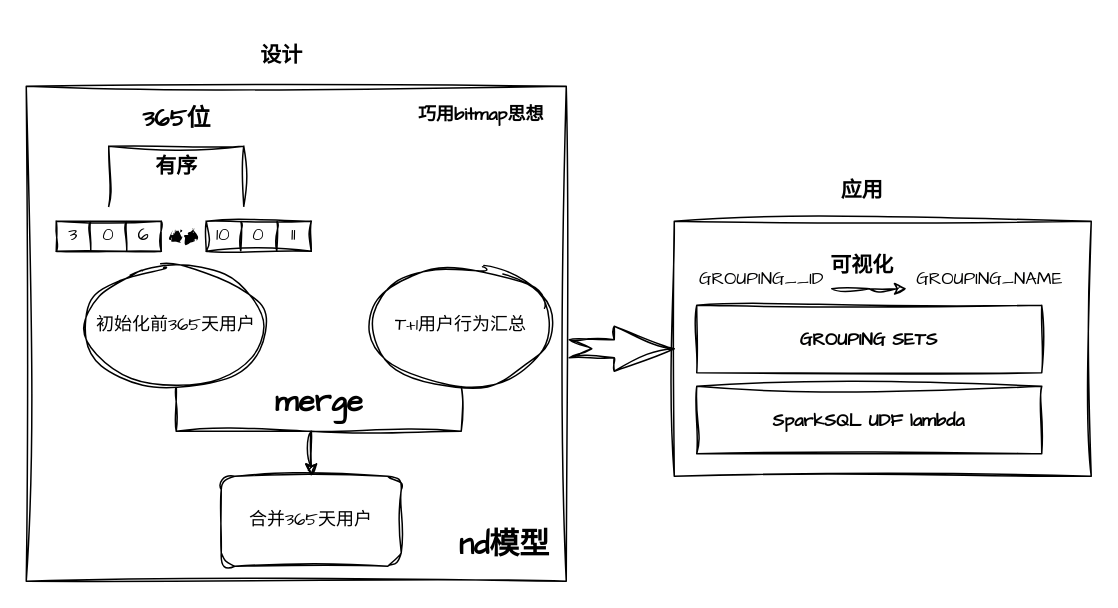
mineminemine123/work-wiki keeps this draw.io diagram as nd模型原理图.drawio. Above is the earlier version. Source tidied: cells renumbered, new cells numbered last; positions are measured from the earlier drawing's top-left corner, leaving out a move shared by most shapes. Both pictures are drawn from the tidied source at 150%, with x=0, y=0 at pixel (26, 26).
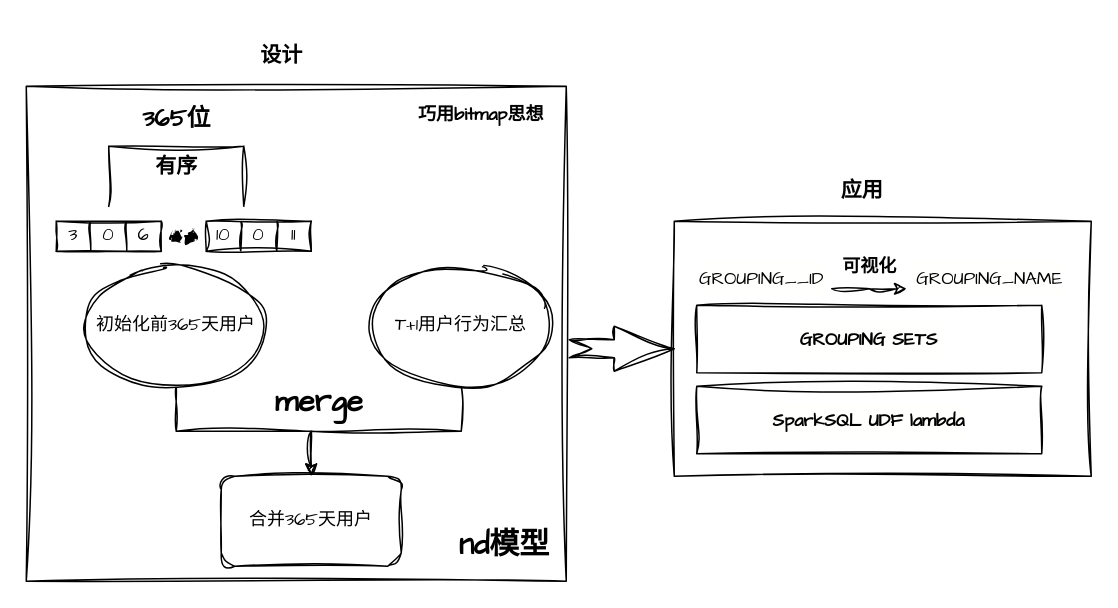
Above is the later version.

Commit message:
更新nd模型原理图.drawio

What changed in the source:
```diff
@@
-    <mxCell id="32" value="可视化" style="text;strokeColor=none;fillColor=none;html=1;fontSize=14;fontStyle=1;verticalAlign=middle;align=center;fontColor=#000000;fontFamily=Comic Sans MS;sketch=1;curveFitting=1;jiggle=2;" parent="1" vertex="1">
-      <mxGeometry x="507" y="140" width="100" height="40" as="geometry" />
+    <mxCell id="32" value="&lt;font style=&quot;font-size: 12px;&quot;&gt;可视化&lt;/font&gt;" style="text;strokeColor=none;fillColor=none;html=1;fontSize=14;fontStyle=1;verticalAlign=middle;align=center;fontColor=#000000;fontFamily=Comic Sans MS;sketch=1;curveFitting=1;jiggle=2;" parent="1" vertex="1">
+      <mxGeometry x="512" y="140" width="100" height="40" as="geometry" />
     </mxCell>
```
